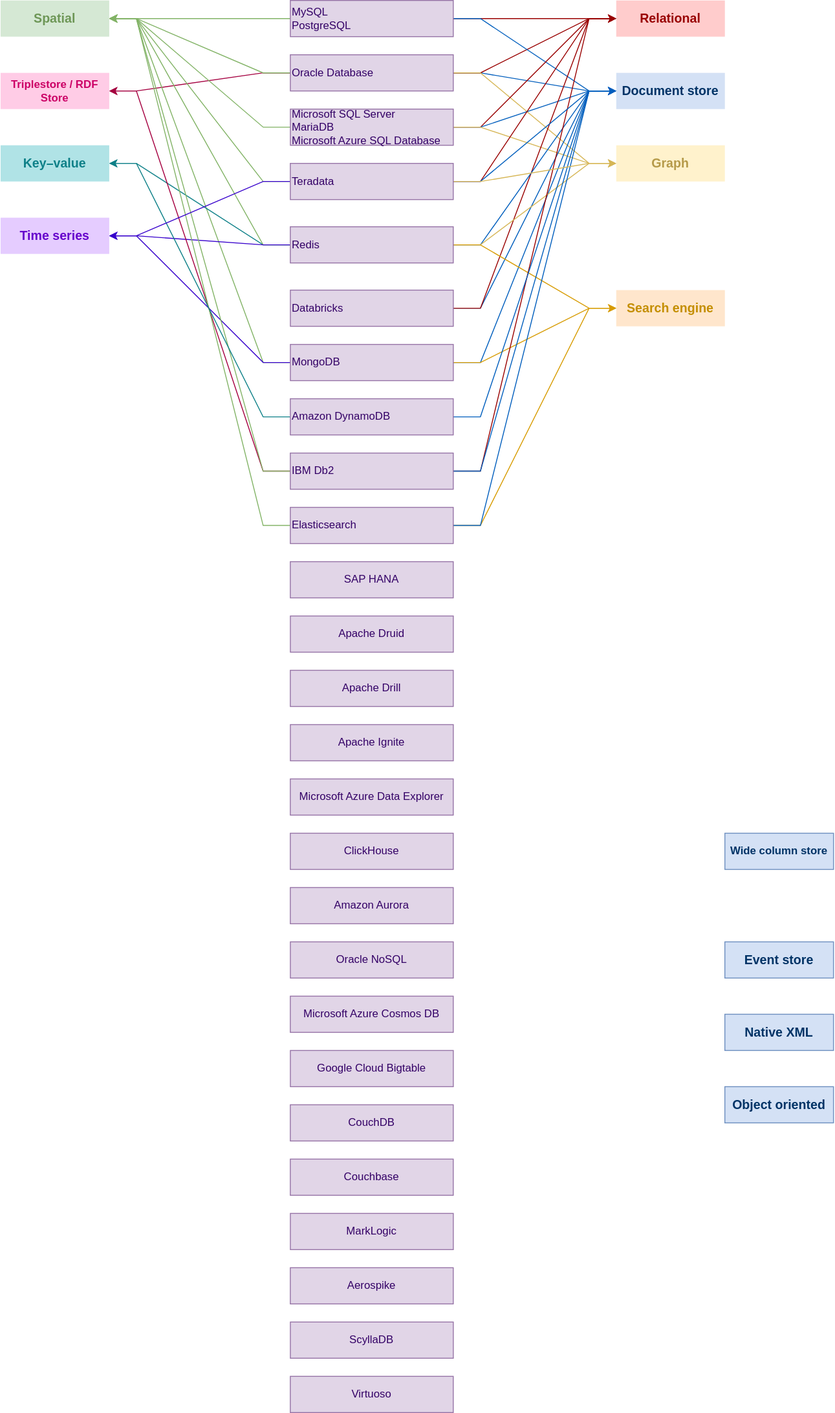
Earlier version of the draw.io export diagrams/multi_model_dbms.drawio.svg (ryndovaira-org/data_science_lectures). Source tidied: cells renumbered, new cells last; positions are measured from the earlier drawing's top-left corner, leaving out a move shared by most shapes.
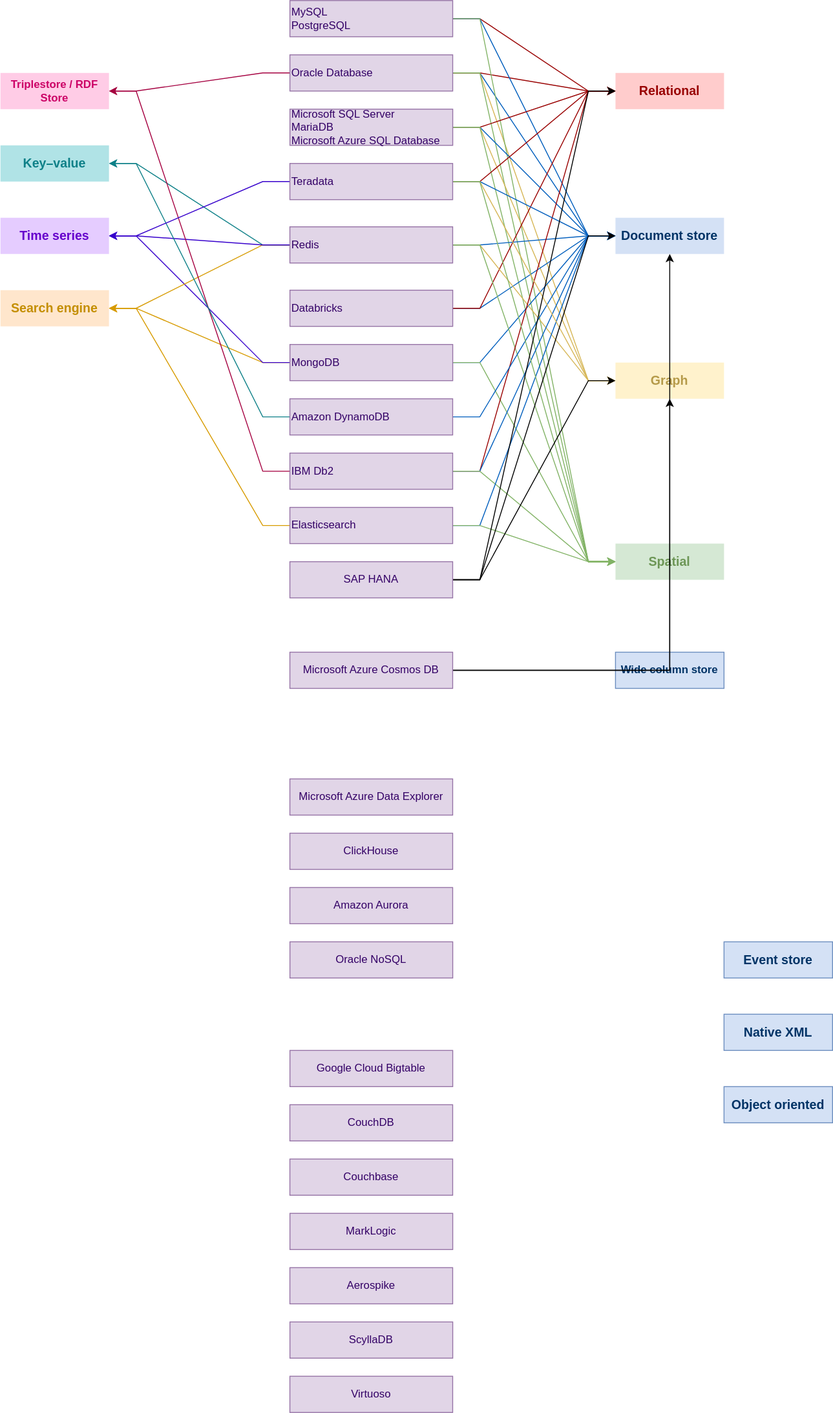
The same file after the commit.

Diff of the diagram source:
```diff
@@ -12,31 +12,31 @@
       <mxGeometry x="800" y="1200" width="120" height="40" as="geometry" />
     </mxCell>
     <mxCell id="5" value="Document store" style="rounded=0;whiteSpace=wrap;html=1;fontSize=14;fontStyle=1;strokeColor=none;fontColor=#003366;fillColor=#D4E1F5;" parent="1" vertex="1">
-      <mxGeometry x="680" y="80" width="120" height="40" as="geometry" />
+      <mxGeometry x="680" y="240" width="120" height="40" as="geometry" />
     </mxCell>
     <mxCell id="6" value="Graph" style="rounded=0;whiteSpace=wrap;html=1;fontSize=14;fontStyle=1;strokeColor=none;fillColor=#fff2cc;fontColor=#B59A49;" parent="1" vertex="1">
-      <mxGeometry x="680" y="160" width="120" height="40" as="geometry" />
+      <mxGeometry x="680" y="400" width="120" height="40" as="geometry" />
     </mxCell>
     <mxCell id="7" value="&lt;div style=&quot;font-size: 14px;&quot;&gt;Relational&lt;/div&gt;" style="rounded=0;whiteSpace=wrap;html=1;fontStyle=1;strokeColor=none;fontColor=#990000;fillColor=#FFCCCC;fontSize=14;" parent="1" vertex="1">
-      <mxGeometry x="680" width="120" height="40" as="geometry" />
+      <mxGeometry x="680" y="80" width="120" height="40" as="geometry" />
     </mxCell>
     <mxCell id="8" value="Time series" style="rounded=0;whiteSpace=wrap;html=1;fontSize=14;fontStyle=1;strokeColor=none;fontColor=#6600CC;fillColor=#E5CCFF;" parent="1" vertex="1">
       <mxGeometry y="240" width="120" height="40" as="geometry" />
     </mxCell>
     <mxCell id="9" value="Search engine" style="rounded=0;whiteSpace=wrap;html=1;fontSize=14;fontStyle=1;strokeColor=none;fillColor=#ffe6cc;fontColor=#C48E00;" parent="1" vertex="1">
-      <mxGeometry x="680" y="320" width="120" height="40" as="geometry" />
+      <mxGeometry y="320" width="120" height="40" as="geometry" />
     </mxCell>
     <mxCell id="10" value="Native XML" style="rounded=0;whiteSpace=wrap;html=1;fontSize=14;fontStyle=1;strokeColor=#6C8EBF;fontColor=#003366;fillColor=#D4E1F5;" parent="1" vertex="1">
       <mxGeometry x="800" y="1120" width="120" height="40" as="geometry" />
     </mxCell>
     <mxCell id="11" value="Spatial" style="rounded=0;whiteSpace=wrap;html=1;fontSize=14;fontStyle=1;strokeColor=none;fillColor=#d5e8d4;fontColor=#6D9656;" parent="1" vertex="1">
-      <mxGeometry width="120" height="40" as="geometry" />
+      <mxGeometry x="680" y="600" width="120" height="40" as="geometry" />
     </mxCell>
     <mxCell id="12" value="Event store" style="rounded=0;whiteSpace=wrap;html=1;fontSize=14;fontStyle=1;strokeColor=#6C8EBF;fontColor=#003366;fillColor=#D4E1F5;" parent="1" vertex="1">
       <mxGeometry x="800" y="1040" width="120" height="40" as="geometry" />
     </mxCell>
     <mxCell id="13" value="Wide column store" style="rounded=0;whiteSpace=wrap;html=1;fontSize=12;fontStyle=1;strokeColor=#6C8EBF;fontColor=#003366;fillColor=#D4E1F5;" parent="1" vertex="1">
-      <mxGeometry x="800" y="920" width="120" height="40" as="geometry" />
+      <mxGeometry x="680" y="720" width="120" height="40" as="geometry" />
     </mxCell>
     <mxCell id="14" style="rounded=0;jettySize=auto;html=1;edgeStyle=entityRelationEdgeStyle;strokeColor=#005EBD;" parent="1" edge="1" source="19" target="5">
       <mxGeometry relative="1" as="geometry" />
@@ -182,11 +182,26 @@
     <mxCell id="61" value="Teradata" style="rounded=0;whiteSpace=wrap;html=1;fillColor=#e1d5e7;strokeColor=#9673a6;fontColor=#330066;align=left;" parent="1" vertex="1">
       <mxGeometry x="320" y="180" width="180" height="40" as="geometry" />
     </mxCell>
+    <mxCell id="78" style="edgeStyle=entityRelationEdgeStyle;rounded=0;jettySize=auto;html=1;" parent="1" edge="1" source="62" target="7">
+      <mxGeometry relative="1" as="geometry" />
+    </mxCell>
+    <mxCell id="79" style="edgeStyle=entityRelationEdgeStyle;rounded=0;jettySize=auto;html=1;" parent="1" edge="1" source="62" target="5">
+      <mxGeometry relative="1" as="geometry" />
+    </mxCell>
+    <mxCell id="80" style="edgeStyle=entityRelationEdgeStyle;rounded=0;jettySize=auto;html=1;" parent="1" edge="1" source="62" target="6">
+      <mxGeometry relative="1" as="geometry" />
+    </mxCell>
     <mxCell id="62" value="SAP HANA" style="rounded=0;whiteSpace=wrap;html=1;fillColor=#e1d5e7;strokeColor=#9673a6;fontColor=#330066;" parent="1" vertex="1">
       <mxGeometry x="320" y="620" width="180" height="40" as="geometry" />
     </mxCell>
+    <mxCell id="81" style="edgeStyle=orthogonalEdgeStyle;rounded=0;jettySize=auto;html=1;" parent="1" edge="1" source="63" target="5">
+      <mxGeometry relative="1" as="geometry" />
+    </mxCell>
+    <mxCell id="82" style="edgeStyle=orthogonalEdgeStyle;rounded=0;jettySize=auto;html=1;" parent="1" edge="1" source="63" target="6">
+      <mxGeometry relative="1" as="geometry" />
+    </mxCell>
     <mxCell id="63" value="&lt;div&gt;Microsoft Azure Cosmos DB&lt;/div&gt;" style="rounded=0;whiteSpace=wrap;html=1;fillColor=#e1d5e7;strokeColor=#9673a6;fontColor=#330066;" parent="1" vertex="1">
-      <mxGeometry x="320" y="1100" width="180" height="40" as="geometry" />
+      <mxGeometry x="320" y="720" width="180" height="40" as="geometry" />
     </mxCell>
     <mxCell id="64" value="ClickHouse" style="rounded=0;whiteSpace=wrap;html=1;fillColor=#e1d5e7;strokeColor=#9673a6;fontColor=#330066;" parent="1" vertex="1">
       <mxGeometry x="320" y="920" width="180" height="40" as="geometry" />
@@ -215,15 +230,6 @@
     <mxCell id="72" value="Aerospike" style="rounded=0;whiteSpace=wrap;html=1;fillColor=#e1d5e7;strokeColor=#9673a6;fontColor=#330066;" parent="1" vertex="1">
       <mxGeometry x="320" y="1400" width="180" height="40" as="geometry" />
     </mxCell>
-    <mxCell id="73" value="Apache Ignite" style="rounded=0;whiteSpace=wrap;html=1;fillColor=#e1d5e7;strokeColor=#9673a6;fontColor=#330066;" parent="1" vertex="1">
-      <mxGeometry x="320.1" y="800" width="180" height="40" as="geometry" />
-    </mxCell>
-    <mxCell id="74" value="Apache Druid" style="rounded=0;whiteSpace=wrap;html=1;fillColor=#e1d5e7;strokeColor=#9673a6;fontColor=#330066;" parent="1" vertex="1">
-      <mxGeometry x="320.1" y="680" width="180" height="40" as="geometry" />
-    </mxCell>
-    <mxCell id="75" value="Apache Drill" style="rounded=0;whiteSpace=wrap;html=1;fillColor=#e1d5e7;strokeColor=#9673a6;fontColor=#330066;" parent="1" vertex="1">
-      <mxGeometry x="320" y="740" width="180" height="40" as="geometry" />
-    </mxCell>
     <mxCell id="76" value="Oracle NoSQL" style="rounded=0;whiteSpace=wrap;html=1;fillColor=#e1d5e7;strokeColor=#9673a6;fontColor=#330066;" parent="1" vertex="1">
       <mxGeometry x="320.1" y="1040" width="180" height="40" as="geometry" />
     </mxCell>
```
